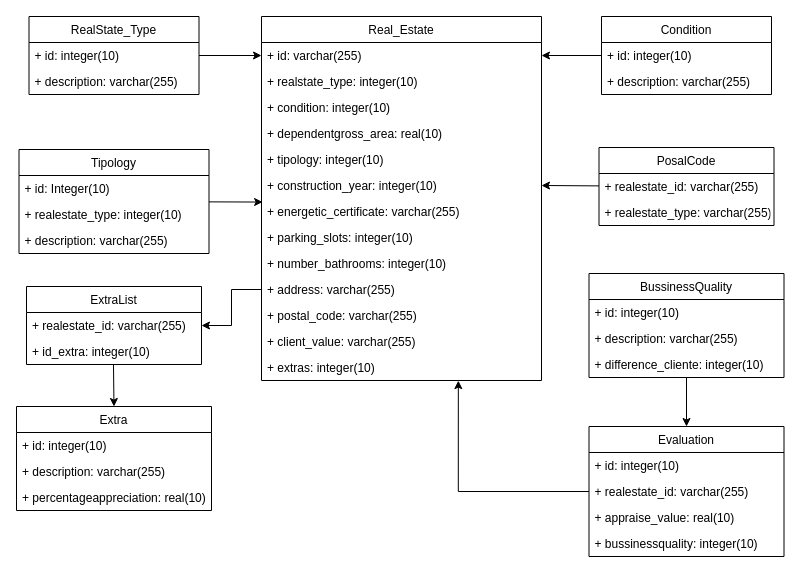
Summorox/Real-Estate-Appraisal keeps this draw.io diagram as Docs/ClassDiagram.drawio. Above is the earlier version. Source tidied: cells renumbered, new cells numbered last; positions are measured from the earlier drawing's top-left corner, leaving out a move shared by most shapes. Both pictures are drawn from the tidied source at 100%, with x=0, y=0 at pixel (16, 16).
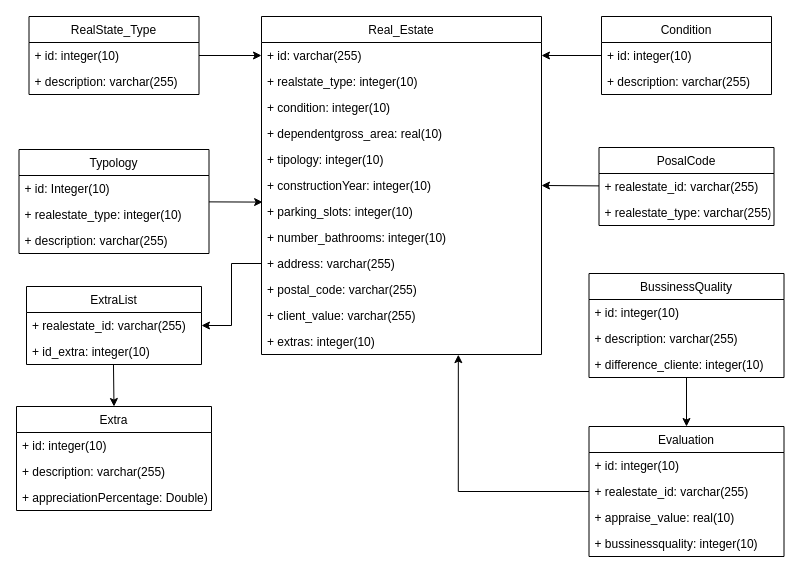
After the change.

Commit message:
Update class diagram

The change refers to these unchanged cells:
```xml
<mxCell id="15" value="Extra" style="swimlane;fontStyle=0;horizontal=1;startSize=26;fillColor=none;" parent="1" vertex="1">
  <mxGeometry y="390" width="195" height="104" as="geometry" />
</mxCell>
```

Change to the diagram source:
```diff
@@
-    <mxCell id="6" style="edgeStyle=none;rounded=0;jettySize=auto;html=1;entryX=0.004;entryY=0.137;entryDx=0;entryDy=0;entryPerimeter=0;" parent="1" edge="1" source="7" target="26">
-      <mxGeometry relative="1" as="geometry" />
+    <mxCell id="6" style="edgeStyle=none;rounded=0;jettySize=auto;html=1;entryX=0.004;entryY=0.137;entryDx=0;entryDy=0;entryPerimeter=0;" parent="1" edge="1" source="7">
+      <mxGeometry relative="1" as="geometry">
+        <mxPoint x="246.1" y="185.6" as="targetPoint" />
+      </mxGeometry>
     </mxCell>
-    <mxCell id="7" value="Tipology" style="swimlane;fontStyle=0;horizontal=1;startSize=26;fillColor=none;" parent="1" vertex="1">
+    <mxCell id="7" value="Typology" style="swimlane;fontStyle=0;horizontal=1;startSize=26;fillColor=none;" parent="1" vertex="1">
       <mxGeometry x="2.5" y="133" width="190" height="104" as="geometry" />
     </mxCell>
@@
-    <mxCell id="18" value="+ percentageappreciation: real(10)" style="text;strokeColor=none;fillColor=none;align=left;verticalAlign=top;spacingLeft=4;spacingRight=4;overflow=hidden;" parent="15" vertex="1">
+    <mxCell id="18" value="+ appreciationPercentage: Double)" style="text;strokeColor=none;fillColor=none;align=left;verticalAlign=top;spacingLeft=4;spacingRight=4;overflow=hidden;" parent="15" vertex="1">
       <mxGeometry y="78" width="195" height="26" as="geometry" />
     </mxCell>
     <mxCell id="19" value="Real_Estate" style="swimlane;fontStyle=0;horizontal=1;startSize=26;fillColor=none;" parent="1" vertex="1">
-      <mxGeometry x="245" width="280" height="364" as="geometry" />
+      <mxGeometry x="245" width="280" height="338" as="geometry" />
     </mxCell>
@@
-    <mxCell id="25" value="+ construction_year: integer(10)" style="text;strokeColor=none;fillColor=none;align=left;verticalAlign=top;spacingLeft=4;spacingRight=4;overflow=hidden;points=[[0,0.5],[1,0.5]];portConstraint=eastwest;" parent="19" vertex="1">
+    <mxCell id="25" value="+ constructionYear: integer(10)" style="text;strokeColor=none;fillColor=none;align=left;verticalAlign=top;spacingLeft=4;spacingRight=4;overflow=hidden;points=[[0,0.5],[1,0.5]];portConstraint=eastwest;" parent="19" vertex="1">
       <mxGeometry y="156" width="280" height="26" as="geometry" />
     </mxCell>
-    <mxCell id="26" value="+ energetic_certificate: varchar(255)" style="text;strokeColor=none;fillColor=none;align=left;verticalAlign=top;spacingLeft=4;spacingRight=4;overflow=hidden;points=[[0,0.5],[1,0.5]];portConstraint=eastwest;" parent="19" vertex="1">
-      <mxGeometry y="182" width="280" height="26" as="geometry" />
-    </mxCell>
     <mxCell id="27" value="+ parking_slots: integer(10)" style="text;strokeColor=none;fillColor=none;align=left;verticalAlign=top;spacingLeft=4;spacingRight=4;overflow=hidden;" parent="19" vertex="1">
-      <mxGeometry y="208" width="280" height="26" as="geometry" />
+      <mxGeometry y="182" width="280" height="26" as="geometry" />
     </mxCell>
     <mxCell id="28" value="+ number_bathrooms: integer(10)" style="text;strokeColor=none;fillColor=none;align=left;verticalAlign=top;spacingLeft=4;spacingRight=4;overflow=hidden;" parent="19" vertex="1">
-      <mxGeometry y="234" width="280" height="26" as="geometry" />
+      <mxGeometry y="208" width="280" height="26" as="geometry" />
     </mxCell>
     <mxCell id="29" value="+ address: varchar(255)" style="text;strokeColor=none;fillColor=none;align=left;verticalAlign=top;spacingLeft=4;spacingRight=4;overflow=hidden;points=[[0,0.5],[1,0.5]];portConstraint=eastwest;" parent="19" vertex="1">
-      <mxGeometry y="260" width="280" height="26" as="geometry" />
+      <mxGeometry y="234" width="280" height="26" as="geometry" />
     </mxCell>
     <mxCell id="30" value="+ postal_code: varchar(255)" style="text;strokeColor=none;fillColor=none;align=left;verticalAlign=top;spacingLeft=4;spacingRight=4;overflow=hidden;" parent="19" vertex="1">
-      <mxGeometry y="286" width="280" height="26" as="geometry" />
+      <mxGeometry y="260" width="280" height="26" as="geometry" />
     </mxCell>
     <mxCell id="31" value="+ client_value: varchar(255)" style="text;strokeColor=none;fillColor=none;align=left;verticalAlign=top;spacingLeft=4;spacingRight=4;overflow=hidden;" parent="19" vertex="1">
-      <mxGeometry y="312" width="280" height="26" as="geometry" />
+      <mxGeometry y="286" width="280" height="26" as="geometry" />
     </mxCell>
     <mxCell id="32" value="+ extras: integer(10)" style="text;strokeColor=none;fillColor=none;align=left;verticalAlign=top;spacingLeft=4;spacingRight=4;overflow=hidden;points=[[0,0.5],[1,0.5]];portConstraint=eastwest;" parent="19" vertex="1">
-      <mxGeometry y="338" width="280" height="26" as="geometry" />
+      <mxGeometry y="312" width="280" height="26" as="geometry" />
     </mxCell>
```
